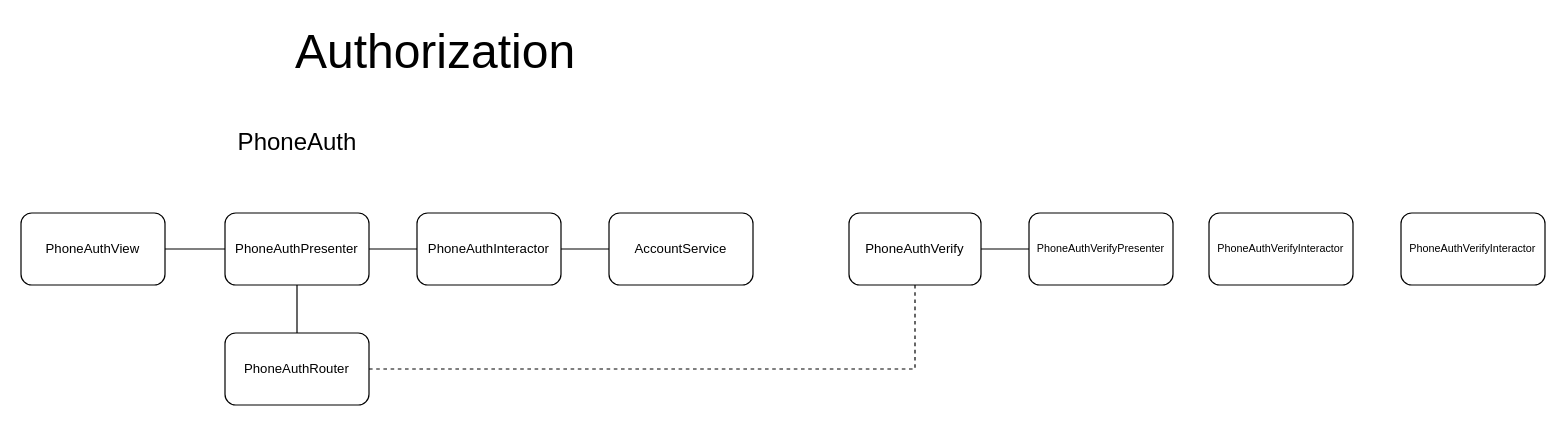
Before: folder/Untitled Diagram.drawio in Nodirflex/schema, a draw.io diagram. Source tidied: cells renumbered, new cells numbered last; positions are measured from the earlier drawing's top-left corner, leaving out a move shared by most shapes. Both pictures are drawn from the tidied source at 120%, with x=0, y=0 at pixel (20, 20).
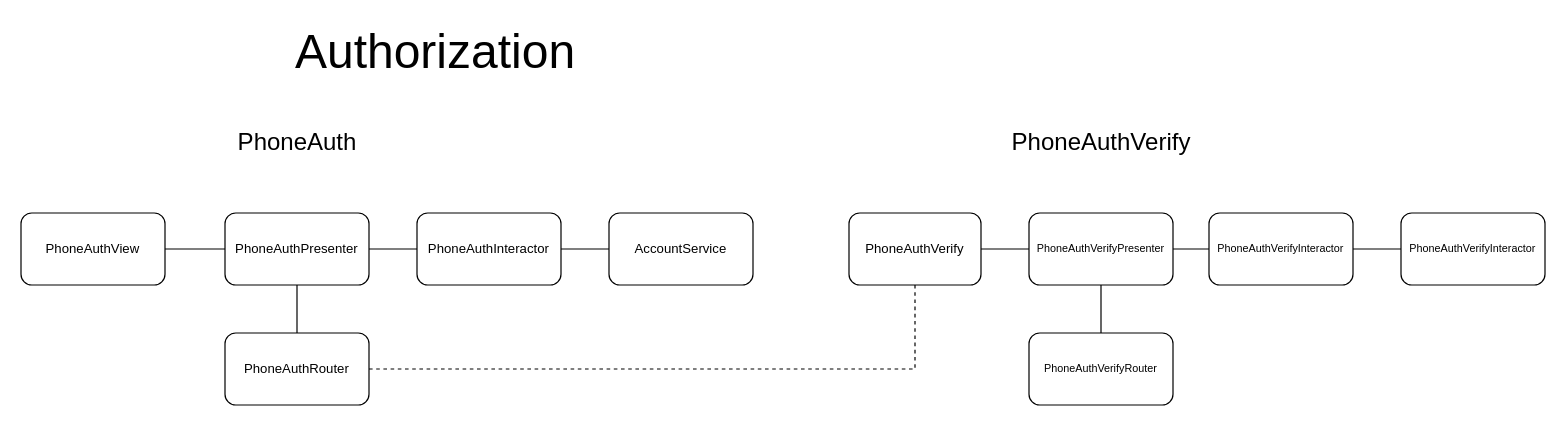
After the change.

Unchanged cells that the change refers to:
```xml
<mxCell id="16" value="PhoneAuthVerifyPresenter" style="rounded=1;whiteSpace=wrap;html=1;fontSize=9;" parent="1" vertex="1">
  <mxGeometry x="840" y="160" width="120" height="60" as="geometry" />
</mxCell>
<mxCell id="17" value="PhoneAuthVerifyInteractor" style="rounded=1;whiteSpace=wrap;html=1;fontSize=9;" parent="1" vertex="1">
  <mxGeometry x="990" y="160" width="120" height="60" as="geometry" />
</mxCell>
<mxCell id="18" value="PhoneAuthVerifyInteractor" style="rounded=1;whiteSpace=wrap;html=1;fontSize=9;" parent="1" vertex="1">
  <mxGeometry x="1150" y="160" width="120" height="60" as="geometry" />
</mxCell>
```

Change to the diagram source:
```diff
@@
+    <mxCell id="19" style="edgeStyle=orthogonalEdgeStyle;rounded=0;jettySize=auto;html=1;entryX=0.5;entryY=0;entryDx=0;entryDy=0;endArrow=none;endFill=0;" parent="1" edge="1" source="16" target="23">
+      <mxGeometry relative="1" as="geometry" />
+    </mxCell>
+    <mxCell id="20" style="edgeStyle=orthogonalEdgeStyle;rounded=0;jettySize=auto;html=1;entryX=0;entryY=0.5;entryDx=0;entryDy=0;endArrow=none;endFill=0;" parent="1" edge="1" source="16" target="17">
+      <mxGeometry relative="1" as="geometry" />
+    </mxCell>
@@
+    <mxCell id="21" style="edgeStyle=orthogonalEdgeStyle;rounded=0;jettySize=auto;html=1;entryX=0;entryY=0.5;entryDx=0;entryDy=0;endArrow=none;endFill=0;" parent="1" edge="1" source="17" target="18">
+      <mxGeometry relative="1" as="geometry" />
+    </mxCell>
@@
+    <mxCell id="22" value="PhoneAuthVerify" style="text;html=1;align=center;verticalAlign=middle;strokeColor=none;fillColor=none;fontSize=20;" parent="1" vertex="1">
+      <mxGeometry x="820" y="85" width="160" height="30" as="geometry" />
+    </mxCell>
+    <mxCell id="23" value="PhoneAuthVerifyRouter" style="rounded=1;whiteSpace=wrap;html=1;fontSize=9;" parent="1" vertex="1">
+      <mxGeometry x="840" y="260" width="120" height="60" as="geometry" />
+    </mxCell>
```
